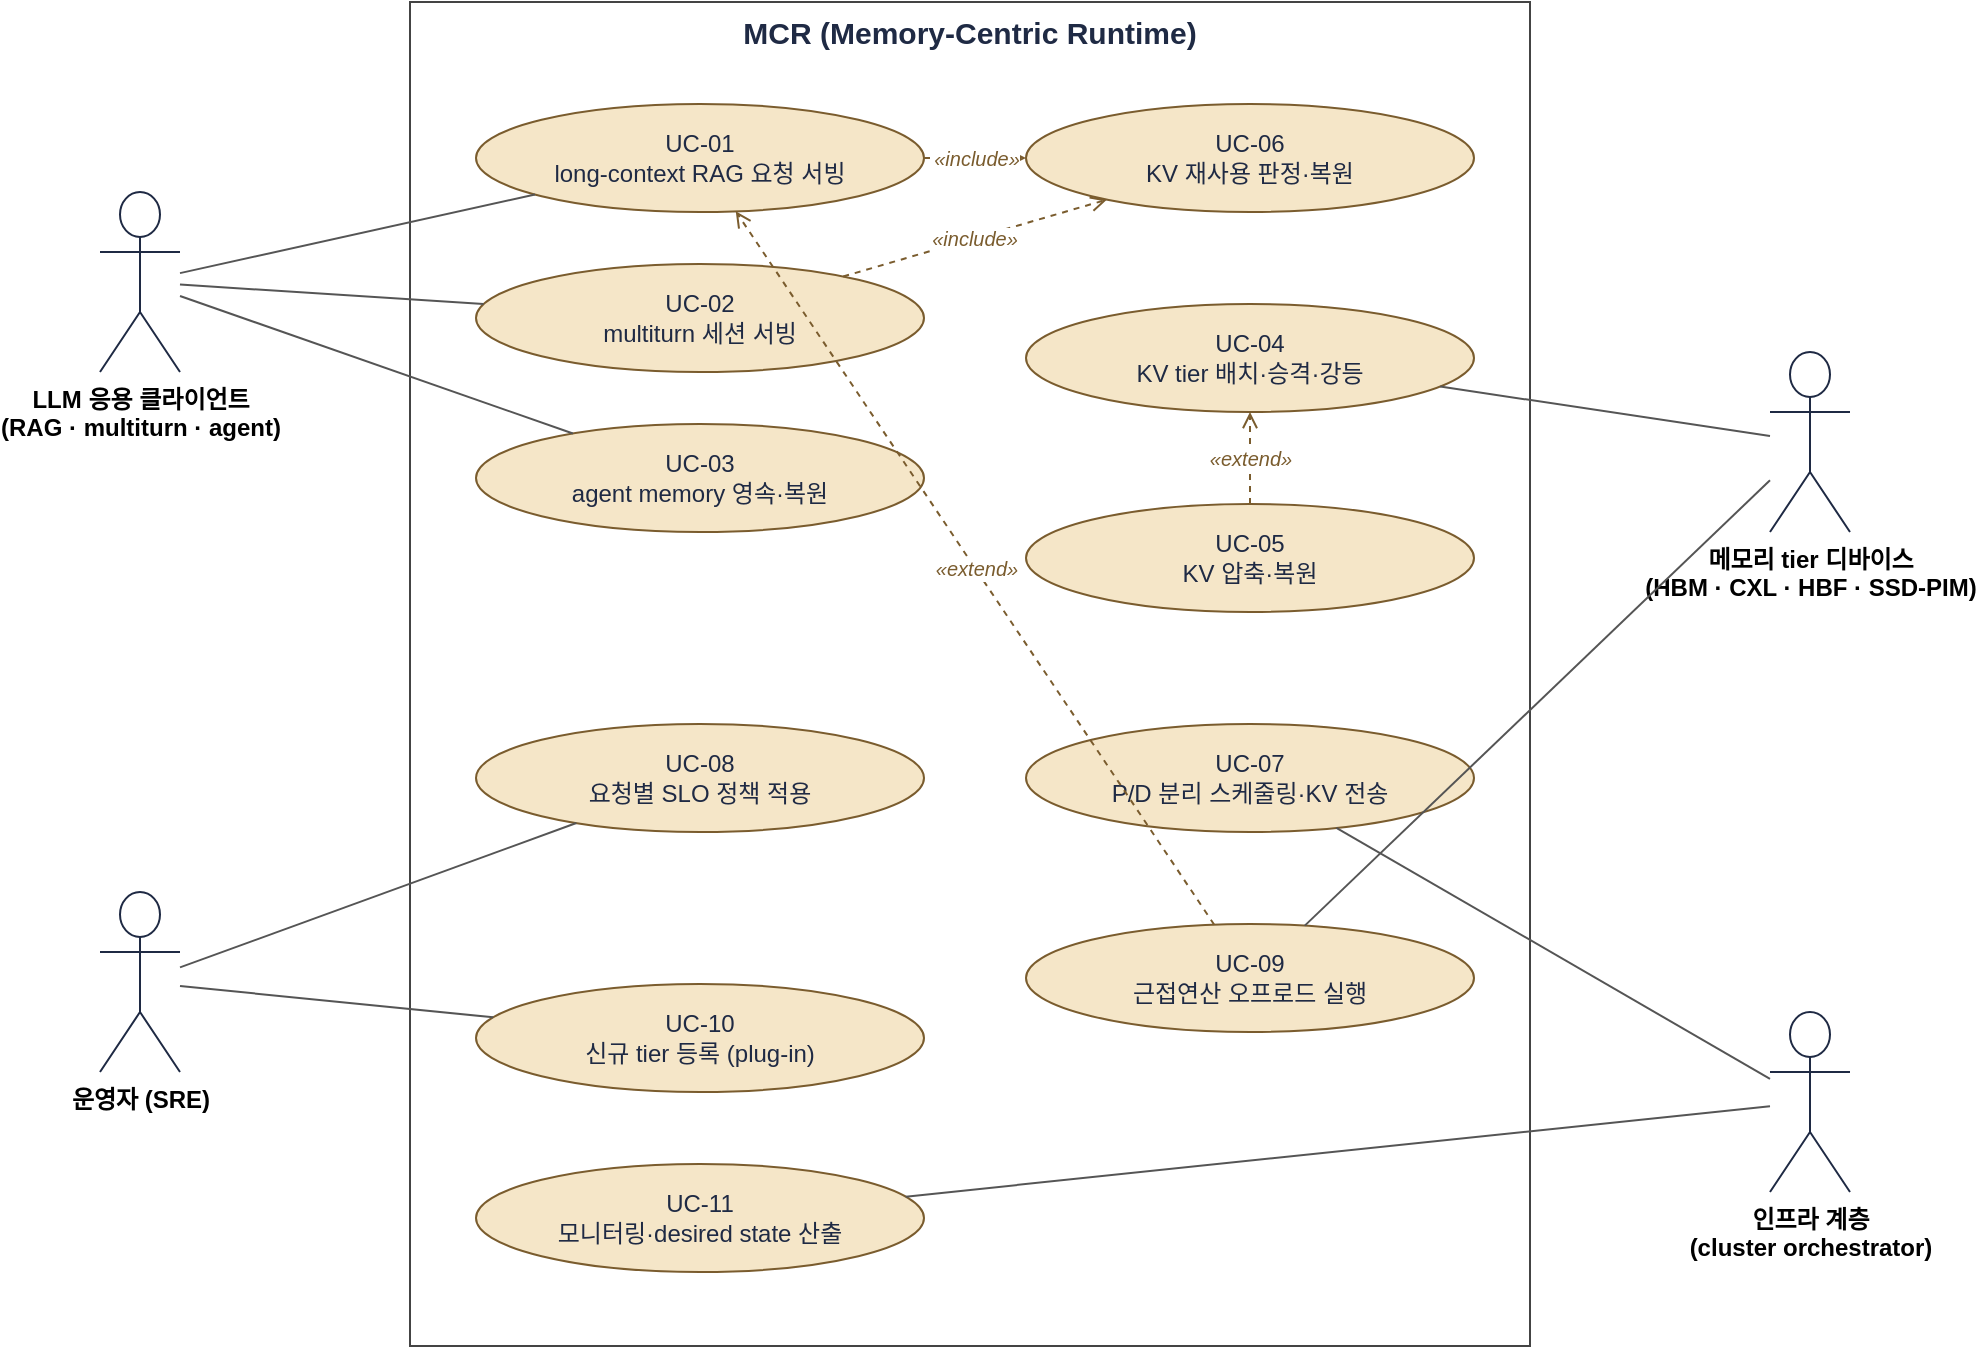
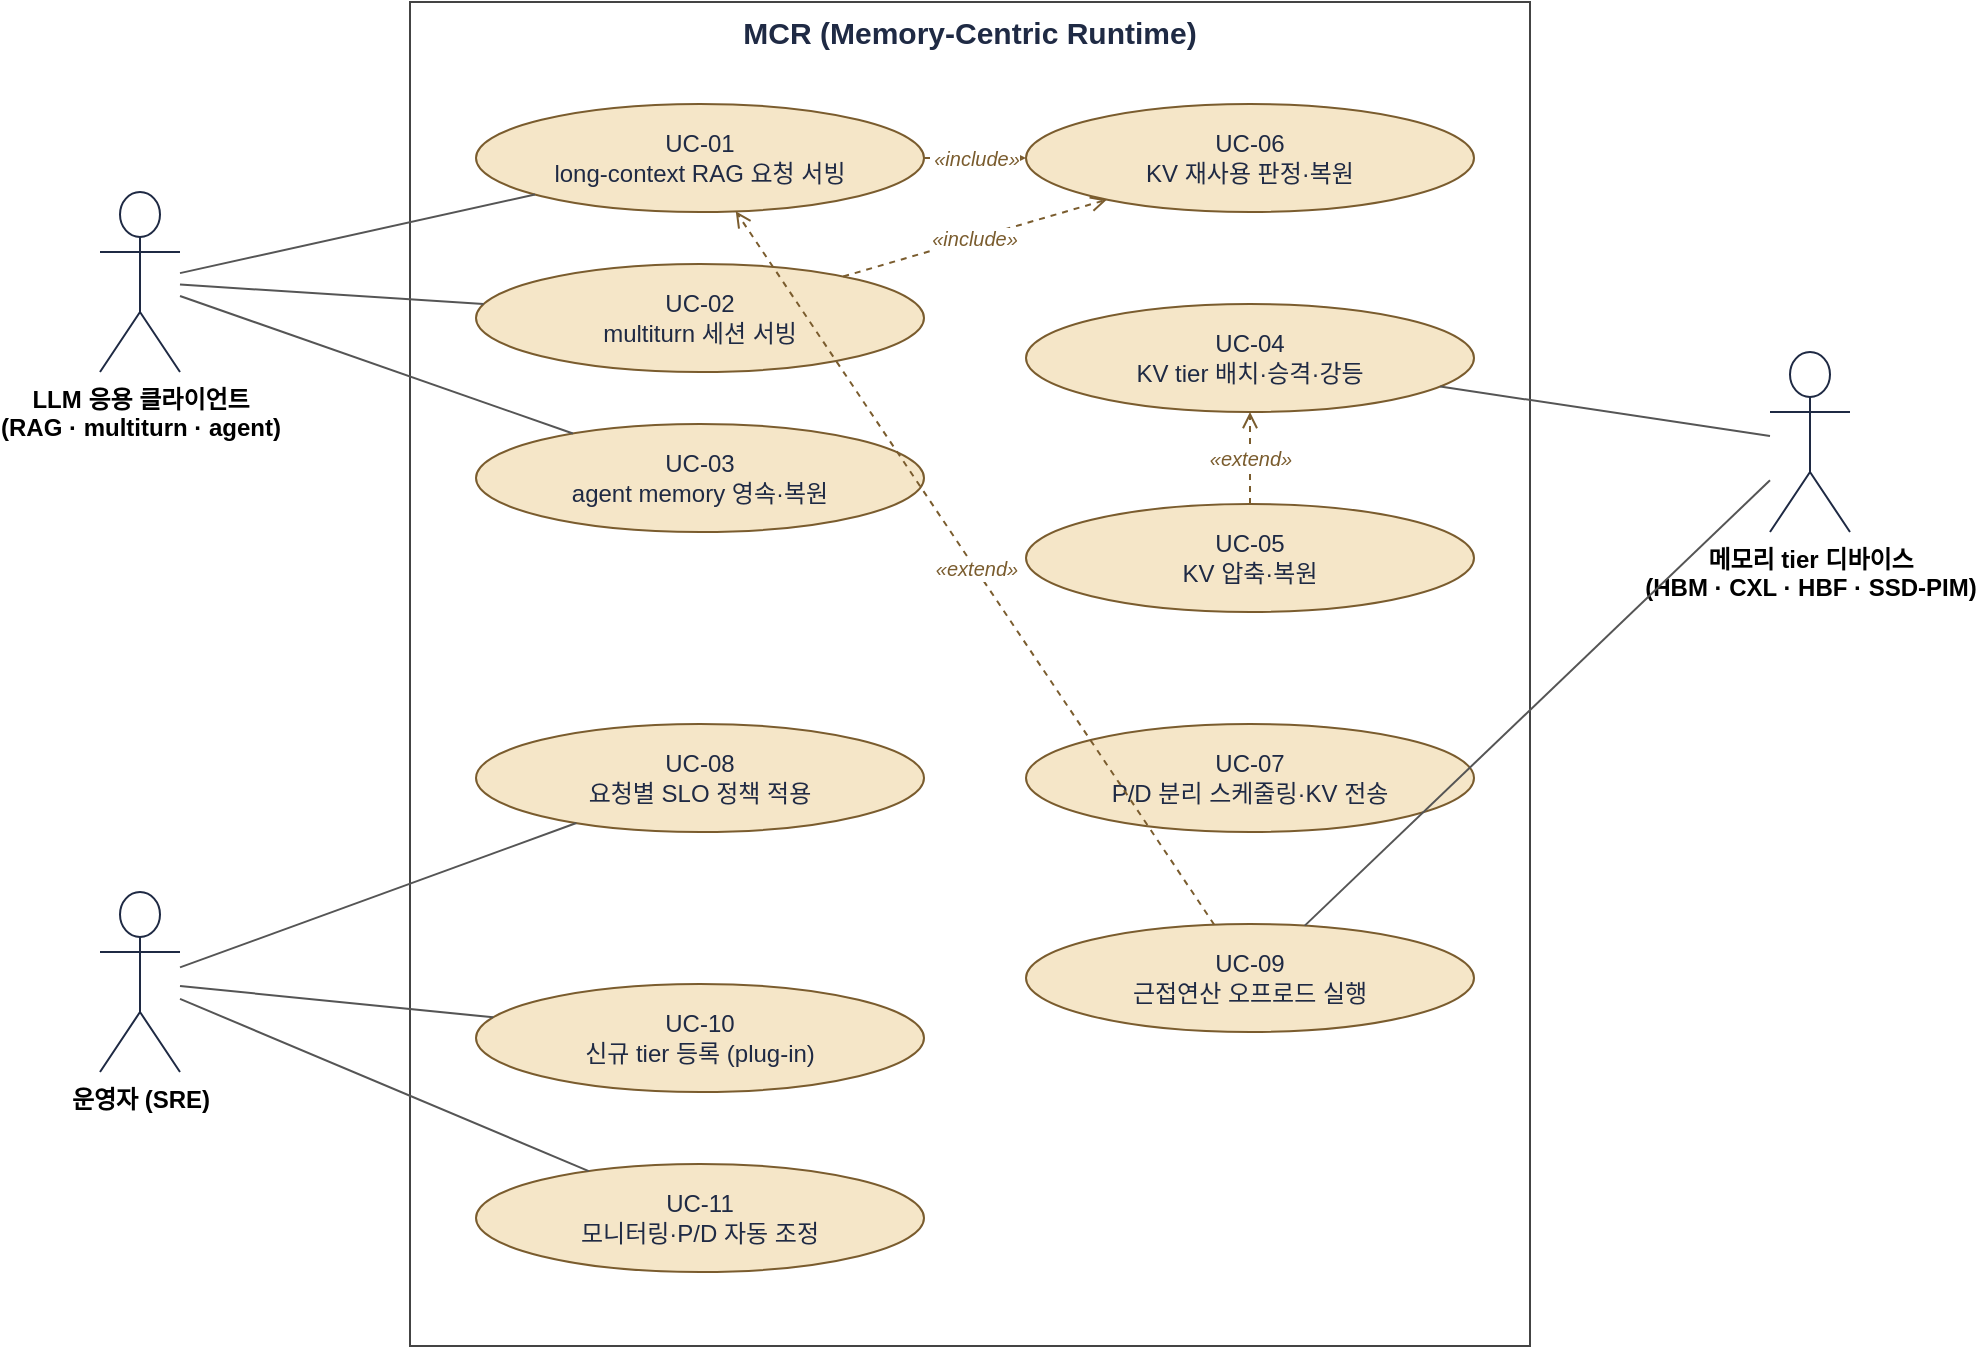
<mxfile host="app.diagrams.net" agent="architect-requirements" version="24.0.0">
  <diagram id="req-usecase-mcr" name="MCR Use Case">
    <mxGraphModel dx="1200" dy="800" grid="1" gridSize="10" guides="1" tooltips="1" connect="1" arrows="1" fold="1" page="1" pageScale="1" pageWidth="1080" pageHeight="760" math="0" shadow="0">
      <root>
        <mxCell id="0"/>
        <mxCell id="1" parent="0"/>

        <mxCell id="sys" value="MCR (Memory-Centric Runtime)" style="rounded=0;fillColor=none;strokeColor=#444444;verticalAlign=top;fontSize=15;fontStyle=1;fontColor=#1F2A44;" vertex="1" parent="1">
          <mxGeometry x="255" y="42" width="560" height="672" as="geometry"/>
        </mxCell>

        <mxCell id="actClient" value="LLM 응용 클라이언트&#10;(RAG · multiturn · agent)" style="shape=umlActor;verticalLabelPosition=bottom;verticalAlign=top;html=1;strokeColor=#1F2A44;fontSize=12;fontStyle=1;" vertex="1" parent="1">
          <mxGeometry x="100" y="137" width="40" height="90" as="geometry"/>
        </mxCell>
        <mxCell id="actOps" value="운영자 (SRE)" style="shape=umlActor;verticalLabelPosition=bottom;verticalAlign=top;html=1;strokeColor=#1F2A44;fontSize=12;fontStyle=1;" vertex="1" parent="1">
          <mxGeometry x="100" y="487" width="40" height="90" as="geometry"/>
        </mxCell>
        <mxCell id="actDev" value="메모리 tier 디바이스&#10;(HBM · CXL · HBF · SSD-PIM)" style="shape=umlActor;verticalLabelPosition=bottom;verticalAlign=top;html=1;strokeColor=#1F2A44;fontSize=12;fontStyle=1;" vertex="1" parent="1">
          <mxGeometry x="935" y="217" width="40" height="90" as="geometry"/>
        </mxCell>
-         <mxCell id="actInfra" value="인프라 계층&#10;(cluster orchestrator)" style="shape=umlActor;verticalLabelPosition=bottom;verticalAlign=top;html=1;strokeColor=#1F2A44;fontSize=12;fontStyle=1;" vertex="1" parent="1">
-           <mxGeometry x="935" y="547" width="40" height="90" as="geometry"/>
-         </mxCell>

        <mxCell id="uc01" value="UC-01&#10;long-context RAG 요청 서빙" style="ellipse;whiteSpace=wrap;html=1;fillColor=#F5E6C8;strokeColor=#7A5C2E;fontSize=12;fontColor=#1F2A44;" vertex="1" parent="1">
          <mxGeometry x="288" y="93" width="224" height="54" as="geometry"/>
        </mxCell>
        <mxCell id="uc02" value="UC-02&#10;multiturn 세션 서빙" style="ellipse;whiteSpace=wrap;html=1;fillColor=#F5E6C8;strokeColor=#7A5C2E;fontSize=12;fontColor=#1F2A44;" vertex="1" parent="1">
          <mxGeometry x="288" y="173" width="224" height="54" as="geometry"/>
        </mxCell>
        <mxCell id="uc03" value="UC-03&#10;agent memory 영속·복원" style="ellipse;whiteSpace=wrap;html=1;fillColor=#F5E6C8;strokeColor=#7A5C2E;fontSize=12;fontColor=#1F2A44;" vertex="1" parent="1">
          <mxGeometry x="288" y="253" width="224" height="54" as="geometry"/>
        </mxCell>
        <mxCell id="uc08" value="UC-08&#10;요청별 SLO 정책 적용" style="ellipse;whiteSpace=wrap;html=1;fillColor=#F5E6C8;strokeColor=#7A5C2E;fontSize=12;fontColor=#1F2A44;" vertex="1" parent="1">
          <mxGeometry x="288" y="403" width="224" height="54" as="geometry"/>
        </mxCell>
        <mxCell id="uc10" value="UC-10&#10;신규 tier 등록 (plug-in)" style="ellipse;whiteSpace=wrap;html=1;fillColor=#F5E6C8;strokeColor=#7A5C2E;fontSize=12;fontColor=#1F2A44;" vertex="1" parent="1">
          <mxGeometry x="288" y="533" width="224" height="54" as="geometry"/>
        </mxCell>
-         <mxCell id="uc11" value="UC-11&#10;모니터링·desired state 산출" style="ellipse;whiteSpace=wrap;html=1;fillColor=#F5E6C8;strokeColor=#7A5C2E;fontSize=12;fontColor=#1F2A44;" vertex="1" parent="1">
+         <mxCell id="uc11" value="UC-11&#10;모니터링·P/D 자동 조정" style="ellipse;whiteSpace=wrap;html=1;fillColor=#F5E6C8;strokeColor=#7A5C2E;fontSize=12;fontColor=#1F2A44;" vertex="1" parent="1">
          <mxGeometry x="288" y="623" width="224" height="54" as="geometry"/>
        </mxCell>

        <mxCell id="uc06" value="UC-06&#10;KV 재사용 판정·복원" style="ellipse;whiteSpace=wrap;html=1;fillColor=#F5E6C8;strokeColor=#7A5C2E;fontSize=12;fontColor=#1F2A44;" vertex="1" parent="1">
          <mxGeometry x="563" y="93" width="224" height="54" as="geometry"/>
        </mxCell>
        <mxCell id="uc04" value="UC-04&#10;KV tier 배치·승격·강등" style="ellipse;whiteSpace=wrap;html=1;fillColor=#F5E6C8;strokeColor=#7A5C2E;fontSize=12;fontColor=#1F2A44;" vertex="1" parent="1">
          <mxGeometry x="563" y="193" width="224" height="54" as="geometry"/>
        </mxCell>
        <mxCell id="uc05" value="UC-05&#10;KV 압축·복원" style="ellipse;whiteSpace=wrap;html=1;fillColor=#F5E6C8;strokeColor=#7A5C2E;fontSize=12;fontColor=#1F2A44;" vertex="1" parent="1">
          <mxGeometry x="563" y="293" width="224" height="54" as="geometry"/>
        </mxCell>
        <mxCell id="uc07" value="UC-07&#10;P/D 분리 스케줄링·KV 전송" style="ellipse;whiteSpace=wrap;html=1;fillColor=#F5E6C8;strokeColor=#7A5C2E;fontSize=12;fontColor=#1F2A44;" vertex="1" parent="1">
          <mxGeometry x="563" y="403" width="224" height="54" as="geometry"/>
        </mxCell>
        <mxCell id="uc09" value="UC-09&#10;근접연산 오프로드 실행" style="ellipse;whiteSpace=wrap;html=1;fillColor=#F5E6C8;strokeColor=#7A5C2E;fontSize=12;fontColor=#1F2A44;" vertex="1" parent="1">
          <mxGeometry x="563" y="503" width="224" height="54" as="geometry"/>
        </mxCell>

        <mxCell id="a1" style="endArrow=none;html=1;strokeColor=#555555;" edge="1" parent="1" source="actClient" target="uc01"><mxGeometry relative="1" as="geometry"/></mxCell>
        <mxCell id="a2" style="endArrow=none;html=1;strokeColor=#555555;" edge="1" parent="1" source="actClient" target="uc02"><mxGeometry relative="1" as="geometry"/></mxCell>
        <mxCell id="a3" style="endArrow=none;html=1;strokeColor=#555555;" edge="1" parent="1" source="actClient" target="uc03"><mxGeometry relative="1" as="geometry"/></mxCell>
        <mxCell id="a4" style="endArrow=none;html=1;strokeColor=#555555;" edge="1" parent="1" source="actOps" target="uc08"><mxGeometry relative="1" as="geometry"/></mxCell>
        <mxCell id="a5" style="endArrow=none;html=1;strokeColor=#555555;" edge="1" parent="1" source="actOps" target="uc10"><mxGeometry relative="1" as="geometry"/></mxCell>
-         <mxCell id="a6" style="endArrow=none;html=1;strokeColor=#555555;" edge="1" parent="1" source="uc11" target="actInfra"><mxGeometry relative="1" as="geometry"/></mxCell>
        <mxCell id="a7" style="endArrow=none;html=1;strokeColor=#555555;" edge="1" parent="1" source="uc04" target="actDev"><mxGeometry relative="1" as="geometry"/></mxCell>
        <mxCell id="a8" style="endArrow=none;html=1;strokeColor=#555555;" edge="1" parent="1" source="uc09" target="actDev"><mxGeometry relative="1" as="geometry"/></mxCell>
-         <mxCell id="a9" style="endArrow=none;html=1;strokeColor=#555555;" edge="1" parent="1" source="uc07" target="actInfra"><mxGeometry relative="1" as="geometry"/></mxCell>
+ 
+         <mxCell id="a10" style="endArrow=none;html=1;strokeColor=#555555;" edge="1" parent="1" source="actOps" target="uc11"><mxGeometry relative="1" as="geometry"/></mxCell>

        <mxCell id="d1" value="&#171;include&#187;" style="endArrow=open;dashed=1;html=1;strokeColor=#7A5C2E;fontSize=10;fontStyle=2;fontColor=#7A5C2E;" edge="1" parent="1" source="uc01" target="uc06"><mxGeometry relative="1" as="geometry"/></mxCell>
        <mxCell id="d2" value="&#171;include&#187;" style="endArrow=open;dashed=1;html=1;strokeColor=#7A5C2E;fontSize=10;fontStyle=2;fontColor=#7A5C2E;" edge="1" parent="1" source="uc02" target="uc06"><mxGeometry relative="1" as="geometry"/></mxCell>
        <mxCell id="d3" value="&#171;extend&#187;" style="endArrow=open;dashed=1;html=1;strokeColor=#7A5C2E;fontSize=10;fontStyle=2;fontColor=#7A5C2E;" edge="1" parent="1" source="uc05" target="uc04"><mxGeometry relative="1" as="geometry"/></mxCell>
        <mxCell id="d4" value="&#171;extend&#187;" style="endArrow=open;dashed=1;html=1;strokeColor=#7A5C2E;fontSize=10;fontStyle=2;fontColor=#7A5C2E;" edge="1" parent="1" source="uc09" target="uc01"><mxGeometry relative="1" as="geometry"/></mxCell>
      </root>
    </mxGraphModel>
  </diagram>
</mxfile>
